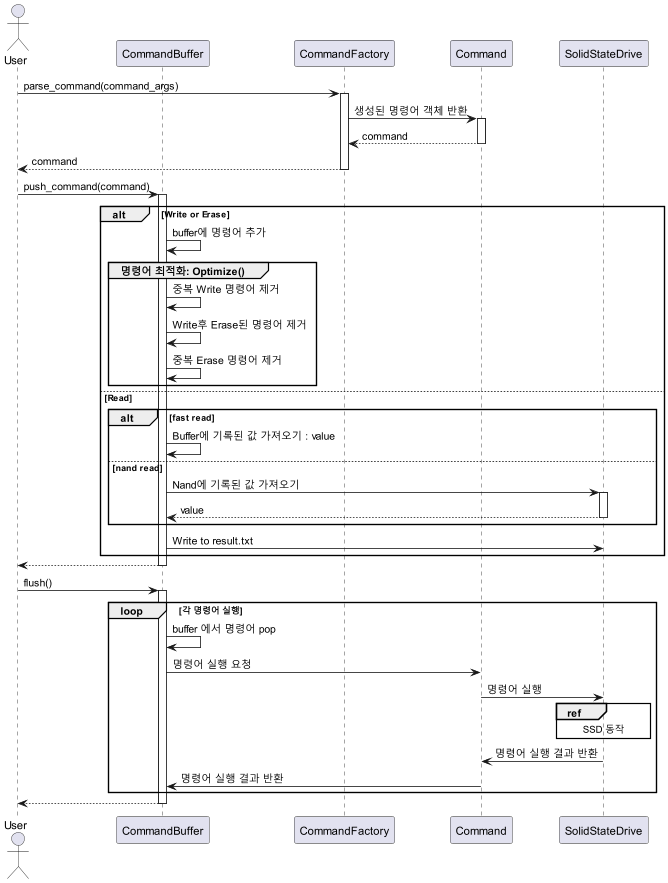
Before: docs/_images/ssd/command_buffer_sequence.png, a diagram exported from PlantUML (CRA7C/SSD).
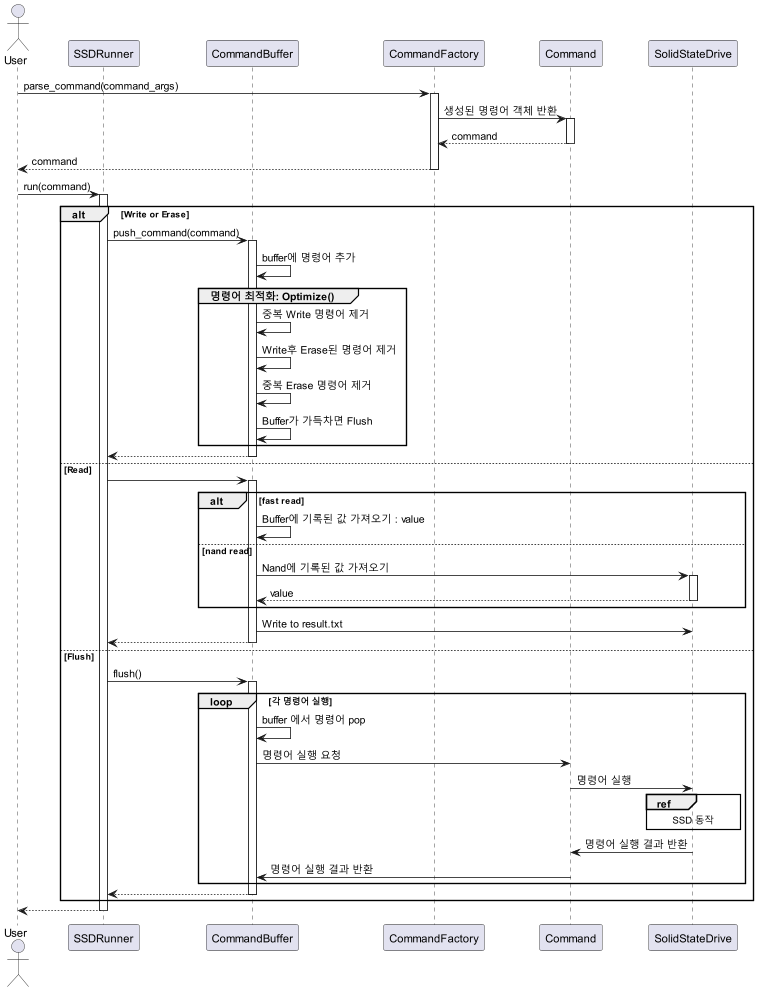
The same diagram one commit later.

Commit message:
[UML] command_buffer UML 수정

The edit, as a diff of the source:
```diff
@@ -1,6 +1,7 @@
 @startuml
 actor User
 
+participant SSDRunner
 participant CommandBuffer
 participant CommandFactory
 participant Command
@@ -15,16 +16,23 @@
 CommandFactory --> User : command
 Deactivate CommandFactory
 
-User -> CommandBuffer: push_command(command)
-Activate CommandBuffer
+User -> SSDRunner : run(command)
+Activate SSDRunner
+
 alt Write or Erase
+    SSDRunner -> CommandBuffer: push_command(command)
+    Activate CommandBuffer
     CommandBuffer -> CommandBuffer: buffer에 명령어 추가
     group 명령어 최적화: Optimize()
         CommandBuffer -> CommandBuffer: 중복 Write 명령어 제거
         CommandBuffer -> CommandBuffer: Write후 Erase된 명령어 제거
         CommandBuffer -> CommandBuffer: 중복 Erase 명령어 제거
+        CommandBuffer -> CommandBuffer: Buffer가 가득차면 Flush
     end
+    CommandBuffer --> SSDRunner
+    Deactivate CommandBuffer
 else Read
+    SSDRunner -> CommandBuffer
     Activate CommandBuffer
     alt fast read
         CommandBuffer -> CommandBuffer: Buffer에 기록된 값 가져오기 : value
@@ -35,21 +43,24 @@
         Deactivate SolidStateDrive
     end
     CommandBuffer -> SolidStateDrive : Write to result.txt
+    CommandBuffer --> SSDRunner
+    Deactivate CommandBuffer
+else Flush
+    SSDRunner-> CommandBuffer: flush()
+    Activate CommandBuffer
+    loop 각 명령어 실행
+        CommandBuffer -> CommandBuffer: buffer 에서 명령어 pop
+        CommandBuffer -> Command: 명령어 실행 요청
+        Command -> SolidStateDrive: 명령어 실행
+        ref over SolidStateDrive: SSD 동작
+        SolidStateDrive -> Command: 명령어 실행 결과 반환
+        Command -> CommandBuffer: 명령어 실행 결과 반환
+    end
+    CommandBuffer --> SSDRunner
+    Deactivate CommandBuffer
 end
-CommandBuffer --> User :
-Deactivate CommandBuffer
 
 
-User -> CommandBuffer: flush()
-Activate CommandBuffer
-loop 각 명령어 실행
-    CommandBuffer -> CommandBuffer: buffer 에서 명령어 pop
-    CommandBuffer -> Command: 명령어 실행 요청
-    Command -> SolidStateDrive: 명령어 실행
-    ref over SolidStateDrive: SSD 동작
-    SolidStateDrive -> Command: 명령어 실행 결과 반환
-    Command -> CommandBuffer: 명령어 실행 결과 반환
-end
-CommandBuffer --> User
-Deactivate CommandBuffer
+SSDRunner --> User
+Deactivate SSDRunner
 @enduml
```
